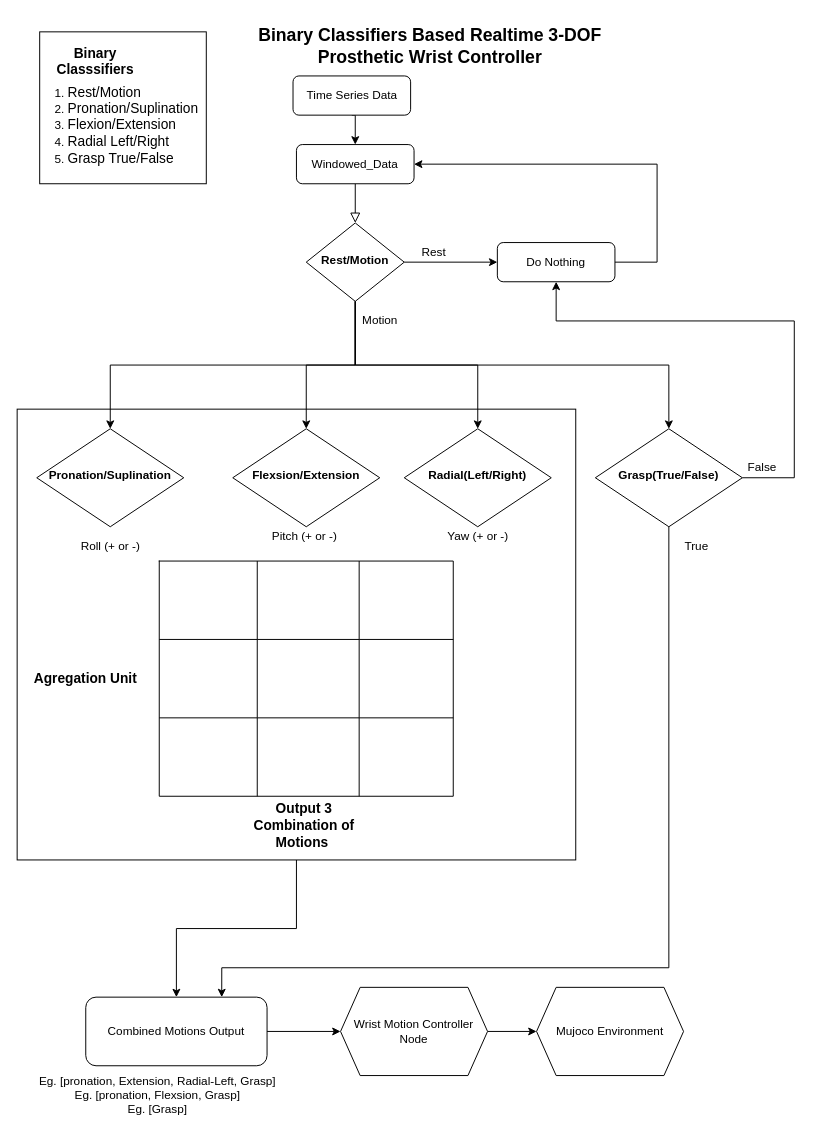
Before: media/Motion Controll.drawio in fazildgr8/myotron_wrist_control, a draw.io diagram. Source tidied: cells renumbered, new cells numbered last; positions are measured from the earlier drawing's top-left corner, leaving out a move shared by most shapes. Both pictures are drawn from the tidied source at 98%, with x=0, y=0 at pixel (17, 17).
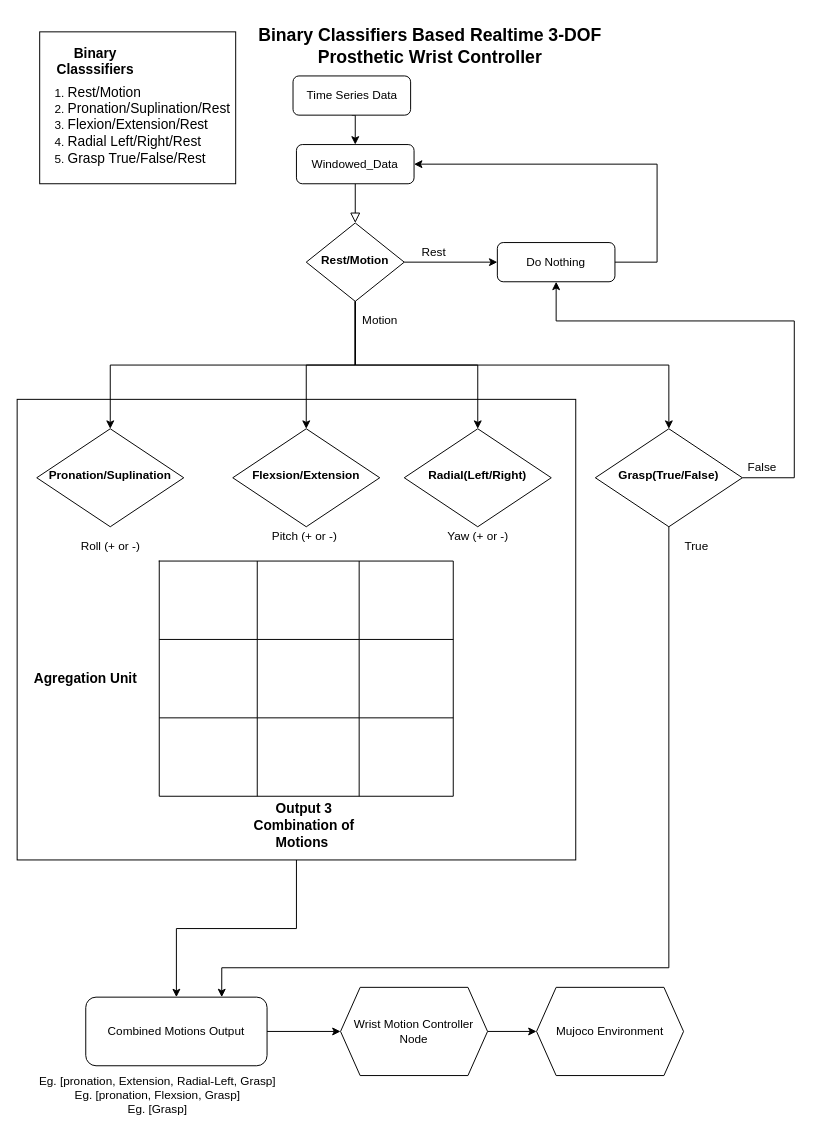
The same page after the edit.

Change to the diagram source:
```diff
@@
     <mxCell id="2" style="rounded=0;whiteSpace=wrap;html=1;" parent="1" vertex="1">
-      <mxGeometry x="23" y="15" width="170" height="155" as="geometry" />
+      <mxGeometry x="23" y="15" width="200" height="155" as="geometry" />
     </mxCell>
@@
     <mxCell id="4" style="rounded=0;whiteSpace=wrap;html=1;" parent="1" vertex="1">
-      <mxGeometry y="400" width="570" height="460" as="geometry" />
+      <mxGeometry y="390" width="570" height="470" as="geometry" />
     </mxCell>
@@
-    <mxCell id="47" value="&lt;ol&gt;&lt;li&gt;&lt;font style=&quot;font-size: 14px&quot;&gt;Rest/Motion&lt;/font&gt;&lt;/li&gt;&lt;li&gt;&lt;font style=&quot;font-size: 14px&quot;&gt;Pronation/Suplination&lt;/font&gt;&lt;/li&gt;&lt;li&gt;&lt;font style=&quot;font-size: 14px&quot;&gt;Flexion/Extension&lt;/font&gt;&lt;/li&gt;&lt;li&gt;&lt;font style=&quot;font-size: 14px&quot;&gt;Radial Left/Right&lt;/font&gt;&lt;/li&gt;&lt;li&gt;&lt;font style=&quot;font-size: 14px&quot;&gt;Grasp True/False&lt;/font&gt;&lt;/li&gt;&lt;/ol&gt;" style="text;html=1;align=left;verticalAlign=middle;" parent="1" vertex="1">
-      <mxGeometry x="10" y="60" width="190" height="100" as="geometry" />
+    <mxCell id="47" value="&lt;ol&gt;&lt;li&gt;&lt;font style=&quot;font-size: 14px&quot;&gt;Rest/Motion&lt;/font&gt;&lt;/li&gt;&lt;li&gt;&lt;font style=&quot;font-size: 14px&quot;&gt;Pronation/Suplination/Rest&lt;/font&gt;&lt;/li&gt;&lt;li&gt;&lt;font style=&quot;font-size: 14px&quot;&gt;Flexion/Extension/Rest&lt;/font&gt;&lt;/li&gt;&lt;li&gt;&lt;font style=&quot;font-size: 14px&quot;&gt;Radial Left/Right/Rest&lt;/font&gt;&lt;/li&gt;&lt;li&gt;&lt;font style=&quot;font-size: 14px&quot;&gt;Grasp True/False/Rest&lt;/font&gt;&lt;/li&gt;&lt;/ol&gt;" style="text;html=1;align=left;verticalAlign=middle;" parent="1" vertex="1">
+      <mxGeometry x="10" y="60" width="220" height="100" as="geometry" />
     </mxCell>
```
